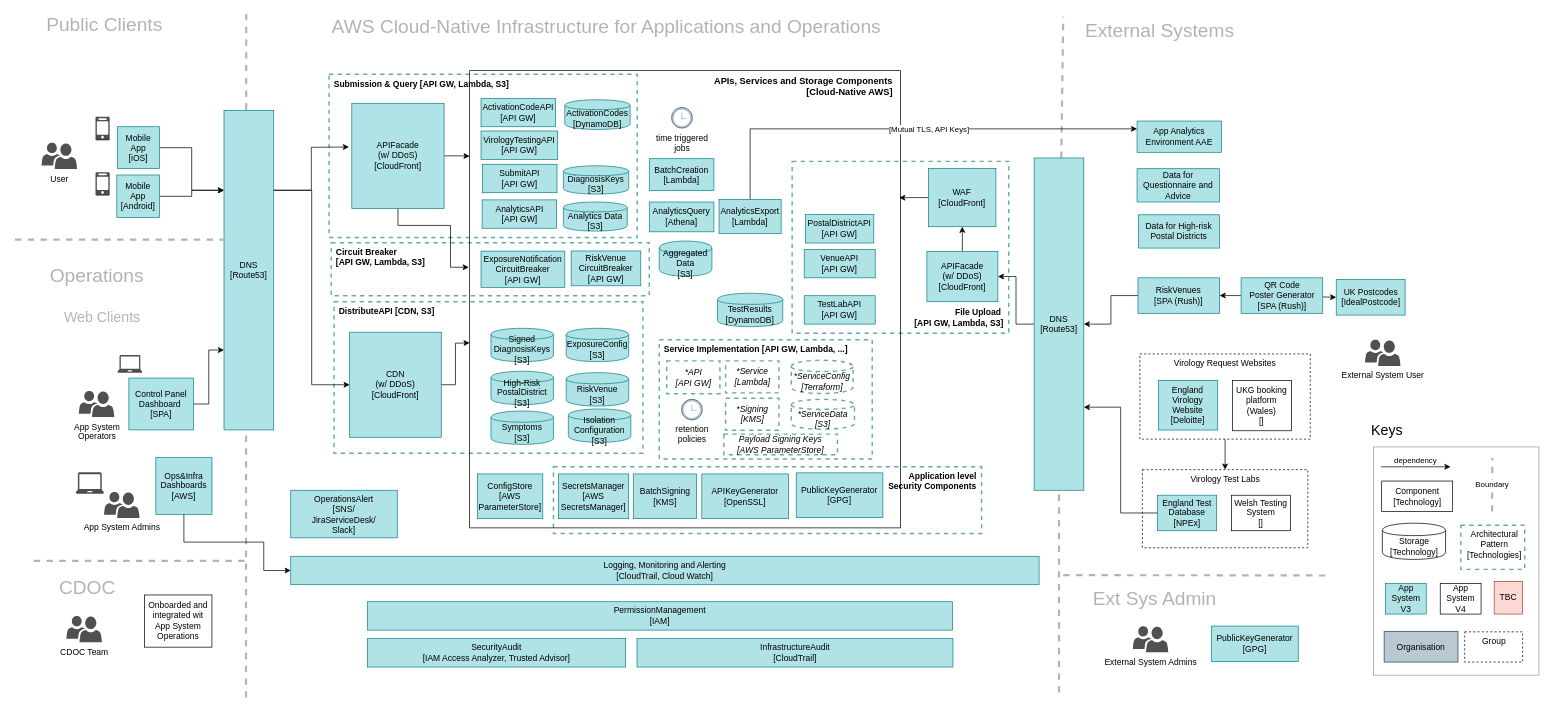
ukhsa-collaboration/covid19-app-system-public keeps this draw.io diagram as doc/architecture/diagrams/cv19-app-system-cloud-infrastructure.drawio. Above is the earlier version. Source tidied: cells renumbered, new cells numbered last; positions are measured from the earlier drawing's top-left corner, leaving out a move shared by most shapes. Both pictures are drawn from the tidied source at 71%, with x=0, y=0 at pixel (13, 13).
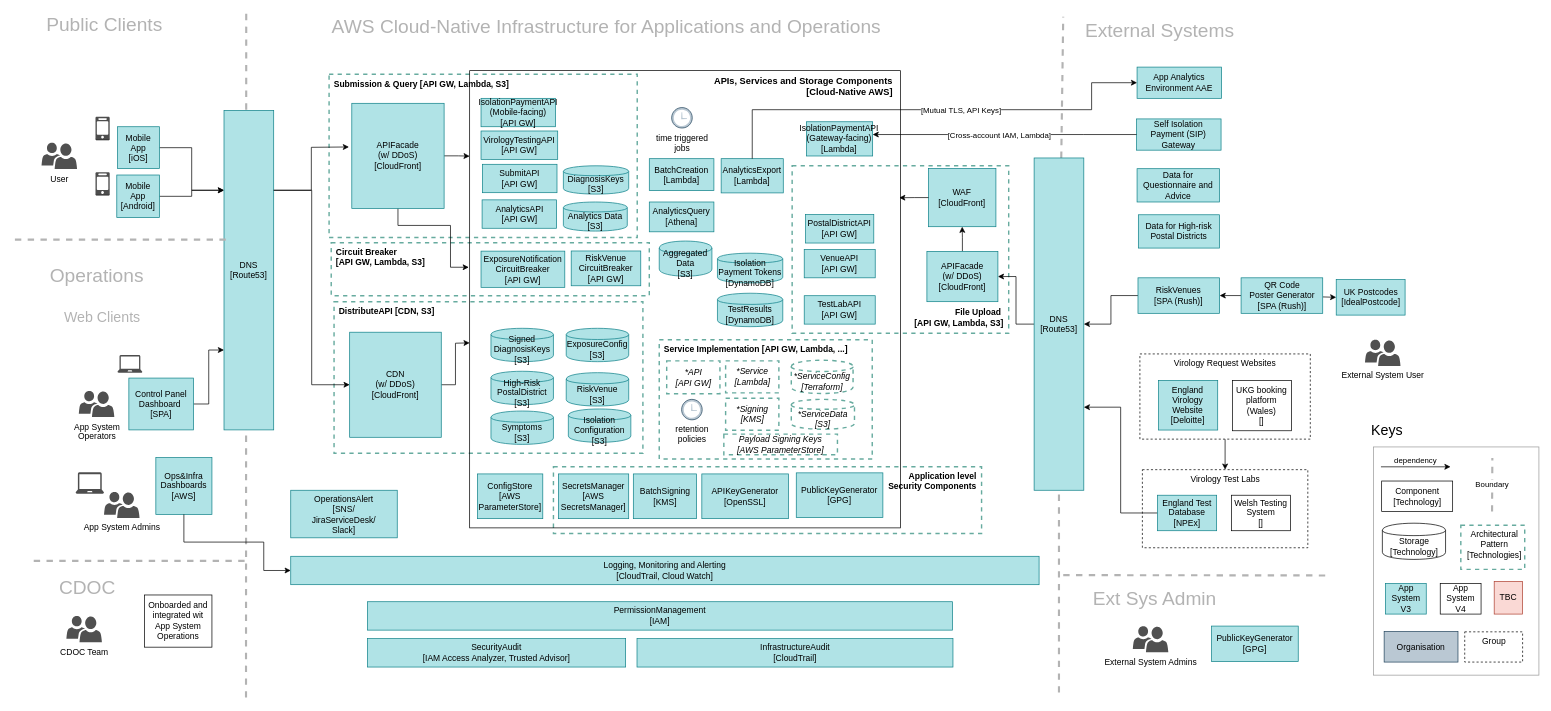
Above is the later version.

The edit, as a diff of the source:
```diff
@@
     <mxCell id="3" value="File Upload&amp;nbsp;&lt;br&gt;[API GW, Lambda, S3]" style="whiteSpace=wrap;html=1;fillColor=none;verticalAlign=bottom;dashed=1;align=right;strokeWidth=2;spacingLeft=5;fontStyle=1;strokeColor=#67AB9F;spacingRight=5;spacingBottom=5;" parent="1" vertex="1">
-      <mxGeometry x="1097.2" y="208.8" width="305" height="242" as="geometry" />
+      <mxGeometry x="1097.2" y="215" width="305" height="235.8" as="geometry" />
     </mxCell>
@@
     <mxCell id="63" value="App Analytics Environment AAE" style="whiteSpace=wrap;html=1;strokeColor=#0e8088;fontStyle=0;fillColor=#b0e3e6;" parent="1" vertex="1">
-      <mxGeometry x="1583" y="152" width="119" height="44" as="geometry" />
+      <mxGeometry x="1583" y="76" width="119" height="44" as="geometry" />
     </mxCell>
@@
-    <mxCell id="95" style="edgeStyle=orthogonalEdgeStyle;rounded=0;jettySize=auto;html=1;entryX=0;entryY=0.25;entryDx=0;entryDy=0;exitX=0.5;exitY=0;exitDx=0;exitDy=0;" parent="1" edge="1" source="128" target="63">
-      <mxGeometry relative="1" as="geometry" />
-    </mxCell>
-    <mxCell id="96" value="[Mutual TLS, API Keys]" style="edgeLabel;html=1;align=center;verticalAlign=middle;" parent="95" vertex="1">
-      <mxGeometry x="0.09" relative="1" as="geometry" />
-    </mxCell>
@@
-    <mxCell id="111" value="ActivationCodeAPI&lt;br&gt;[API GW]" style="whiteSpace=wrap;html=1;strokeColor=#0e8088;fillColor=#b0e3e6;" parent="1" vertex="1">
+    <mxCell id="111" value="IsolationPaymentAPI&lt;br&gt;(Mobile-facing)&lt;br&gt;[API GW]" style="whiteSpace=wrap;html=1;strokeColor=#0e8088;fillColor=#b0e3e6;" parent="1" vertex="1">
       <mxGeometry x="659" y="120" width="105" height="40" as="geometry" />
     </mxCell>
-    <mxCell id="112" value="ActivationCodes&lt;br&gt;[DynamoDB]" style="shape=cylinder;whiteSpace=wrap;html=1;boundedLbl=1;backgroundOutline=1;strokeColor=#0e8088;fillColor=#b0e3e6;" parent="1" vertex="1">
-      <mxGeometry x="777" y="122" width="92" height="41.9" as="geometry" />
+    <mxCell id="112" value="&lt;font style=&quot;font-size: 12px&quot;&gt;Isolation Payment Tokens&lt;/font&gt;&lt;br&gt;[DynamoDB]" style="shape=cylinder;whiteSpace=wrap;html=1;boundedLbl=1;backgroundOutline=1;strokeColor=#0e8088;fillColor=#b0e3e6;" parent="1" vertex="1">
+      <mxGeometry x="992" y="338.1" width="92" height="41.9" as="geometry" />
     </mxCell>
@@
     <mxCell id="128" value="&lt;span&gt;AnalyticsExport&lt;/span&gt;&lt;br&gt;[Lambda]" style="whiteSpace=wrap;html=1;fillColor=#b0e3e6;strokeColor=#0e8088;fontStyle=0;" parent="1" vertex="1">
-      <mxGeometry x="994.2" y="262.4" width="87.5" height="48.2" as="geometry" />
+      <mxGeometry x="997.2" y="205" width="87.5" height="48.2" as="geometry" />
     </mxCell>
+    <mxCell id="129" value="Self Isolation&lt;br&gt;Payment (SIP) Gateway" style="whiteSpace=wrap;html=1;strokeColor=#0e8088;fontStyle=0;fillColor=#b0e3e6;" parent="1" vertex="1">
+      <mxGeometry x="1582.3" y="149" width="119" height="44" as="geometry" />
+    </mxCell>
+    <mxCell id="130" value="&lt;span&gt;IsolationPaymentAPI&lt;br&gt;&lt;/span&gt;(Gateway-facing)&lt;br&gt;[Lambda]" style="whiteSpace=wrap;html=1;fillColor=#b0e3e6;strokeColor=#0e8088;fontStyle=0;" parent="1" vertex="1">
+      <mxGeometry x="1117.4" y="153" width="93.2" height="48.2" as="geometry" />
+    </mxCell>
+    <mxCell id="131" style="edgeStyle=orthogonalEdgeStyle;rounded=0;jettySize=auto;html=1;" parent="1" edge="1" source="129" target="130">
+      <mxGeometry relative="1" as="geometry">
+        <Array as="points">
+          <mxPoint x="1508" y="171" />
+          <mxPoint x="1508" y="171" />
+        </Array>
+      </mxGeometry>
+    </mxCell>
+    <mxCell id="132" value="[Cross-account IAM, Lambda]" style="edgeLabel;html=1;align=center;verticalAlign=middle;" parent="131" vertex="1">
+      <mxGeometry x="0.09" relative="1" as="geometry">
+        <mxPoint x="8.7" as="offset" />
+      </mxGeometry>
+    </mxCell>
+    <mxCell id="95" style="edgeStyle=orthogonalEdgeStyle;rounded=0;jettySize=auto;html=1;" parent="1" edge="1" source="128" target="63">
+      <mxGeometry relative="1" as="geometry">
+        <Array as="points">
+          <mxPoint x="1041" y="136" />
+          <mxPoint x="1519" y="136" />
+          <mxPoint x="1519" y="98" />
+        </Array>
+      </mxGeometry>
+    </mxCell>
+    <mxCell id="96" value="&lt;span style=&quot;font-family: &amp;#34;helvetica&amp;#34;&quot;&gt;[Mutual TLS, API Keys]&lt;/span&gt;" style="edgeLabel;html=1;align=center;verticalAlign=middle;" parent="95" vertex="1">
+      <mxGeometry x="0.09" relative="1" as="geometry">
+        <mxPoint x="8.7" as="offset" />
+      </mxGeometry>
+    </mxCell>
```
